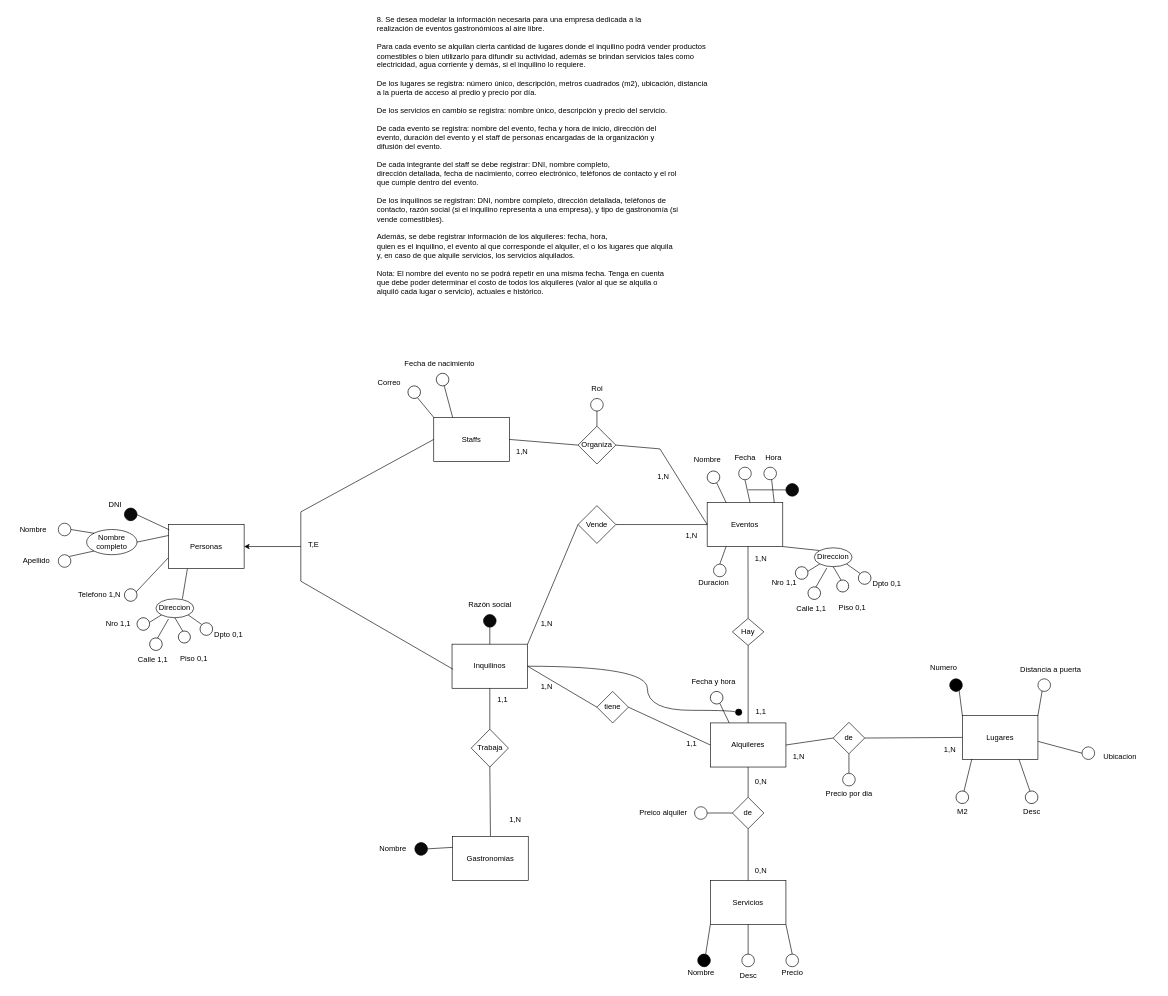
Before: page "Página-2" (2 of 2) of Practica 2/Punto8/Punto8-conceptual.drawio in FrancoCirielli16/DBD, a draw.io diagram. Source tidied: cells renumbered, new cells numbered last; positions are measured from the earlier drawing's top-left corner, leaving out a move shared by most shapes. Both pictures are drawn from the tidied source at 63%, with x=0, y=0 at pixel (11, 11).
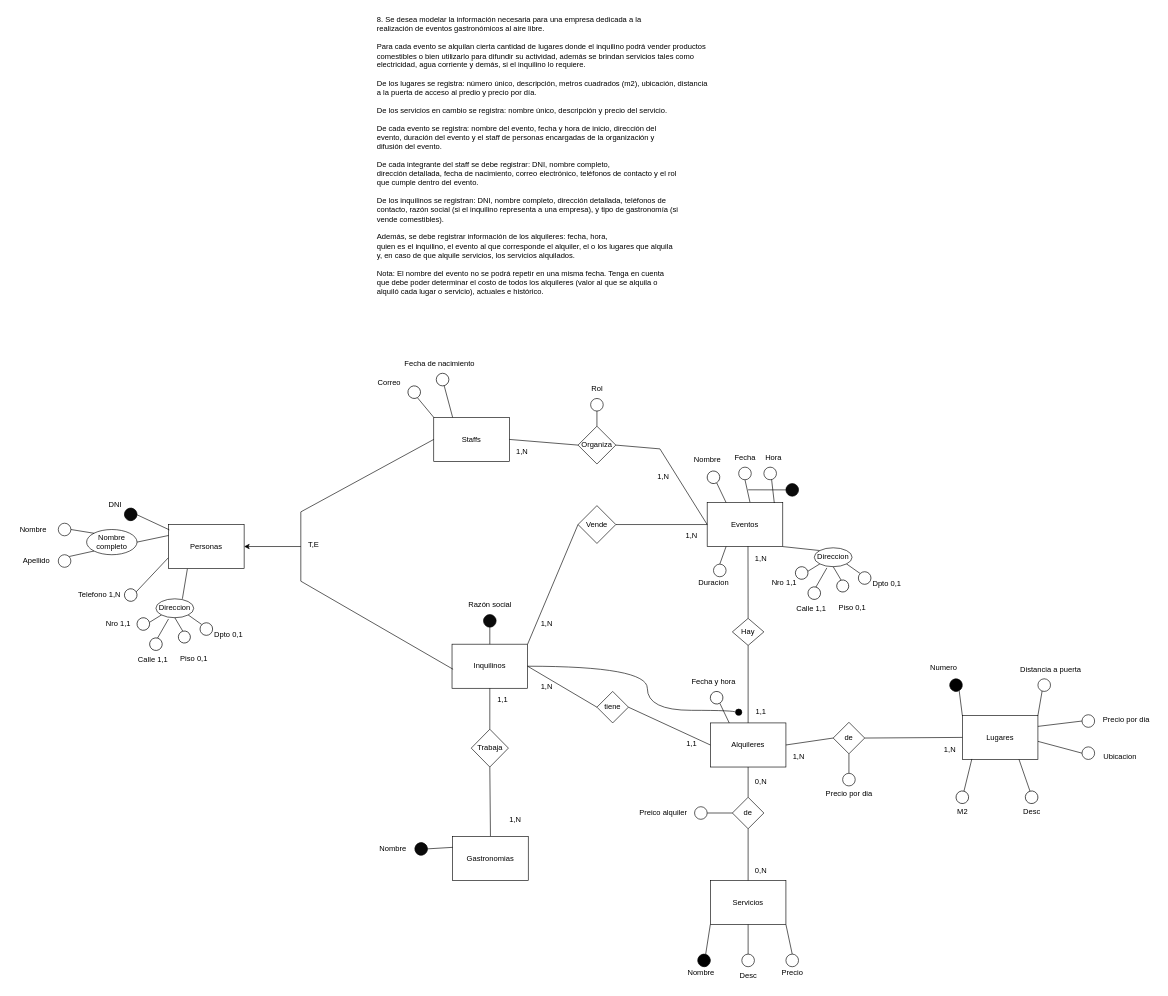
The same page after the edit.

Unchanged cells that the change refers to:
```xml
<mxCell id="43" value="Lugares" style="rounded=0;whiteSpace=wrap;html=1;" parent="1" vertex="1">
  <mxGeometry x="1510" y="1118" width="120" height="70" as="geometry" />
</mxCell>
```

What changed in the source:
```diff
@@
+    <mxCell id="157" style="endArrow=none;html=1;rounded=0;exitX=0.5;exitY=1;exitDx=0;exitDy=0;entryX=1;entryY=0.25;entryDx=0;entryDy=0;" parent="1" edge="1" source="158" target="43">
+      <mxGeometry relative="1" as="geometry" />
+    </mxCell>
+    <mxCell id="158" style="ellipse;whiteSpace=wrap;html=1;rotation=90;" parent="1" vertex="1">
+      <mxGeometry x="1700" y="1117" width="20" height="20" as="geometry" />
+    </mxCell>
+    <mxCell id="159" value="Precio por dia" style="text;html=1;align=center;verticalAlign=middle;strokeColor=none;fillColor=none;" parent="1" vertex="1">
+      <mxGeometry x="1720" y="1110" width="100" height="30" as="geometry" />
+    </mxCell>
```
